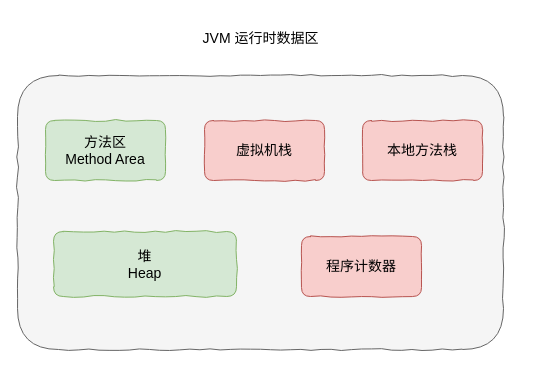
geekymv/blog-image keeps this draw.io diagram as Untitled Diagram.drawio. Above is the earlier version. Source tidied: cells renumbered, new cells numbered last; positions are measured from the earlier drawing's top-left corner, leaving out a move shared by most shapes. Both pictures are drawn from the tidied source at 100%, with x=0, y=0 at pixel (17, 18).
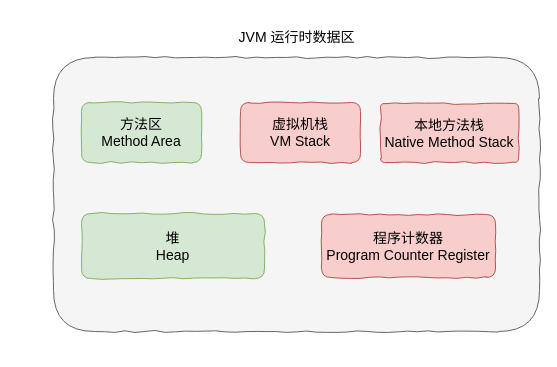
After the change.

Commit message:
Java 运行时数据区

The edit, as a diff of the source:
```diff
@@
 <mxGraphModel>
   <root>
     <mxCell id="0" />
     <mxCell id="1" parent="0" />
     <mxCell id="2" style="rounded=1;whiteSpace=wrap;html=1;shadow=0;comic=1;fillColor=#f5f5f5;strokeColor=#666666;fontColor=#333333;fontSize=14;" parent="1" vertex="1">
-      <mxGeometry y="57" width="486" height="274" as="geometry" />
+      <mxGeometry x="36" y="39" width="486" height="274" as="geometry" />
     </mxCell>
     <mxCell id="3" value="方法区&lt;br style=&quot;font-size: 14px;&quot;&gt;Method Area" style="rounded=1;whiteSpace=wrap;html=1;shadow=0;comic=1;fillColor=#d5e8d4;strokeColor=#82b366;fontSize=14;" parent="1" vertex="1">
-      <mxGeometry x="28" y="102" width="120" height="60" as="geometry" />
+      <mxGeometry x="64" y="84" width="120" height="60" as="geometry" />
     </mxCell>
-    <mxCell id="4" value="本地方法栈" style="rounded=1;whiteSpace=wrap;html=1;shadow=0;comic=1;fillColor=#f8cecc;strokeColor=#b85450;fontSize=14;" parent="1" vertex="1">
-      <mxGeometry x="345" y="102" width="120" height="60" as="geometry" />
+    <mxCell id="4" value="本地方法栈&lt;br&gt;Native Method Stack" style="rounded=1;whiteSpace=wrap;html=1;shadow=0;comic=1;fillColor=#f8cecc;strokeColor=#b85450;fontSize=14;arcSize=7;" parent="1" vertex="1">
+      <mxGeometry x="363" y="85" width="138" height="59" as="geometry" />
     </mxCell>
     <mxCell id="5" value="堆&lt;br style=&quot;font-size: 14px;&quot;&gt;Heap" style="rounded=1;whiteSpace=wrap;html=1;shadow=0;comic=1;fillColor=#d5e8d4;strokeColor=#82b366;fontSize=14;" parent="1" vertex="1">
-      <mxGeometry x="36" y="213" width="183" height="65" as="geometry" />
+      <mxGeometry x="64" y="195" width="183" height="65" as="geometry" />
     </mxCell>
-    <mxCell id="6" value="程序计数器" style="rounded=1;whiteSpace=wrap;html=1;shadow=0;comic=1;fillColor=#f8cecc;strokeColor=#b85450;fontSize=14;" parent="1" vertex="1">
-      <mxGeometry x="284" y="218" width="120" height="60" as="geometry" />
+    <mxCell id="6" value="程序计数器&lt;br&gt;Program Counter Register" style="rounded=1;whiteSpace=wrap;html=1;shadow=0;comic=1;fillColor=#f8cecc;strokeColor=#b85450;fontSize=14;" parent="1" vertex="1">
+      <mxGeometry x="304" y="196" width="174" height="63" as="geometry" />
     </mxCell>
-    <mxCell id="7" value="虚拟机栈" style="rounded=1;whiteSpace=wrap;html=1;shadow=0;comic=1;fillColor=#f8cecc;strokeColor=#b85450;fontSize=14;" parent="1" vertex="1">
-      <mxGeometry x="187" y="102" width="120" height="60" as="geometry" />
+    <mxCell id="7" value="虚拟机栈&lt;br&gt;VM Stack" style="rounded=1;whiteSpace=wrap;html=1;shadow=0;comic=1;fillColor=#f8cecc;strokeColor=#b85450;fontSize=14;" parent="1" vertex="1">
+      <mxGeometry x="223" y="84" width="120" height="60" as="geometry" />
     </mxCell>
     <mxCell id="8" value="JVM 运行时数据区" style="text;html=1;strokeColor=none;fillColor=none;align=center;verticalAlign=middle;whiteSpace=wrap;rounded=0;shadow=0;comic=1;fontSize=14;" parent="1" vertex="1">
-      <mxGeometry x="161.5" width="163" height="40" as="geometry" />
+      <mxGeometry x="197.5" y="-1" width="163" height="40" as="geometry" />
     </mxCell>
   </root>
 </mxGraphModel>
```
